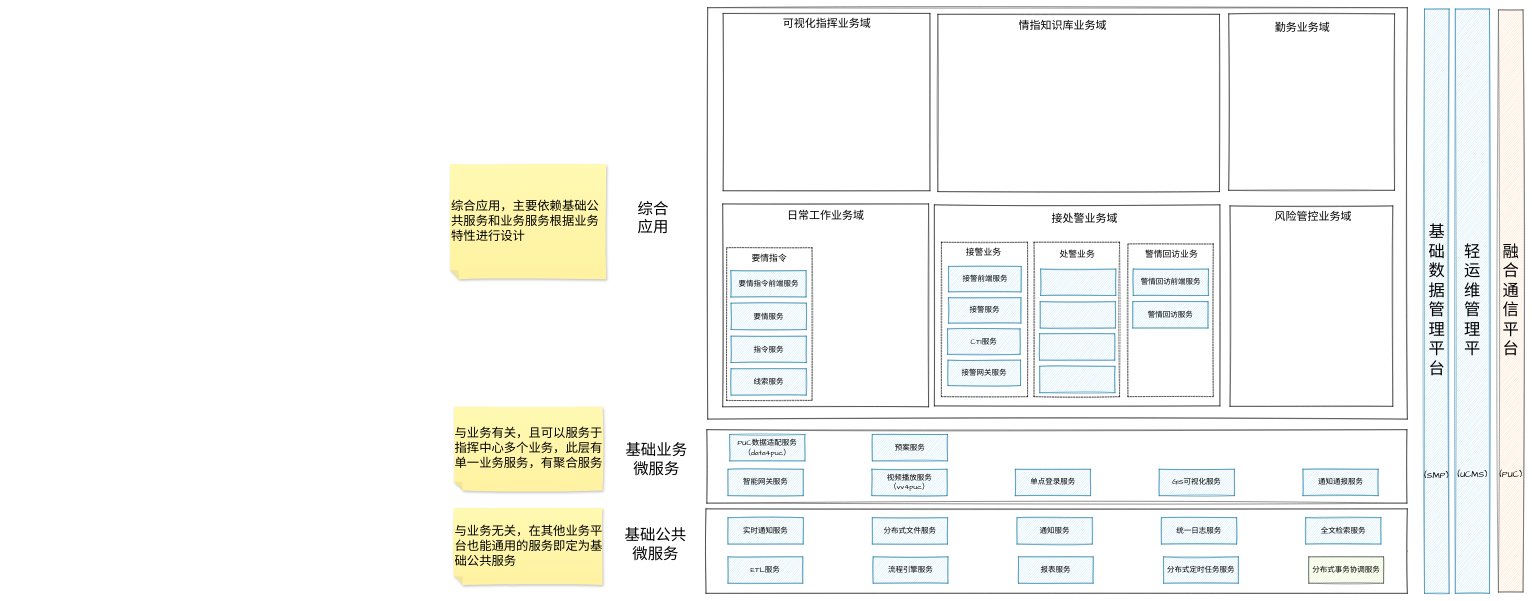
Before: page "服务分层分域结构图" (2 of 2) of 基于云平台的微服务架构.drawio in chensiyu123456/drawio-files, a draw.io diagram. Source tidied: cells renumbered, new cells numbered last; positions are measured from the earlier drawing's top-left corner, leaving out a move shared by most shapes. Both pictures are drawn from the tidied source at 44%, with x=0, y=0 at pixel (450, 7).
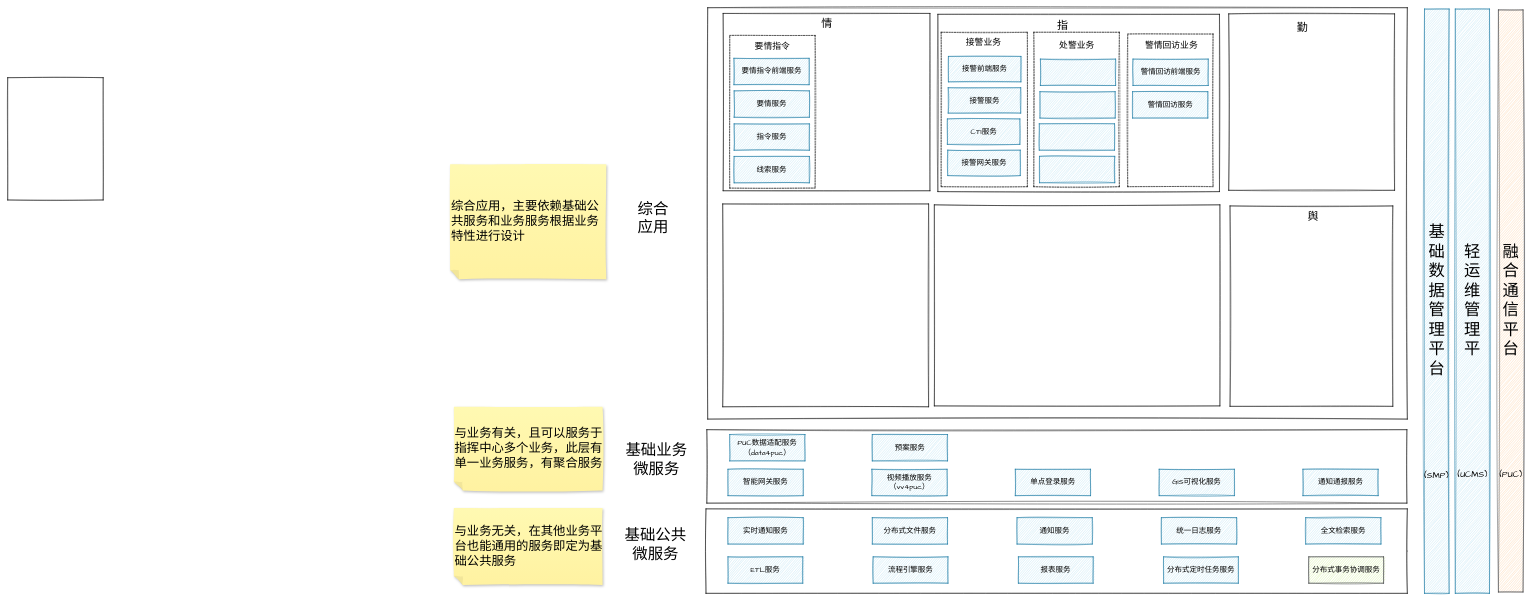
Above is the later version.

Commit message:
更新基于云平台的微服务架构.drawio

What changed in the source:
```diff
@@
+    <mxCell id="67" style="rounded=0;whiteSpace=wrap;html=1;sketch=1;hachureGap=4;fontFamily=Architects Daughter;fontSize=20;fontColor=#000000;" parent="1" vertex="1">
+      <mxGeometry x="1108" y="15" width="640" height="403" as="geometry" />
+    </mxCell>
+    <mxCell id="65" style="rounded=0;whiteSpace=wrap;html=1;sketch=1;hachureGap=4;fontFamily=Architects Daughter;fontSize=20;fontColor=#000000;" parent="1" vertex="1">
+      <mxGeometry x="620" y="13" width="470" height="403" as="geometry" />
+    </mxCell>
@@
     <mxCell id="38" style="rounded=0;whiteSpace=wrap;html=1;sketch=1;hachureGap=4;fontFamily=Architects Daughter;fontSize=20;fontColor=#000000;dashed=1;" parent="1" vertex="1">
-      <mxGeometry x="628" y="545.5" width="194" height="347" as="geometry" />
+      <mxGeometry x="635" y="63" width="194" height="347" as="geometry" />
     </mxCell>
     <mxCell id="39" value="要情服务" style="rounded=0;whiteSpace=wrap;html=1;sketch=1;hachureGap=4;fontFamily=Architects Daughter;fontSize=17;fillColor=#b1ddf0;strokeColor=#10739e;" parent="1" vertex="1">
-      <mxGeometry x="638" y="671.5" width="171" height="60" as="geometry" />
+      <mxGeometry x="645" y="189" width="171" height="60" as="geometry" />
     </mxCell>
     <mxCell id="40" value="指令服务" style="rounded=0;whiteSpace=wrap;html=1;sketch=1;hachureGap=4;fontFamily=Architects Daughter;fontSize=17;fillColor=#b1ddf0;strokeColor=#10739e;" parent="1" vertex="1">
-      <mxGeometry x="638" y="746.5" width="171" height="60" as="geometry" />
+      <mxGeometry x="645" y="264" width="171" height="60" as="geometry" />
     </mxCell>
     <mxCell id="41" value="线索服务" style="rounded=0;whiteSpace=wrap;html=1;sketch=1;hachureGap=4;fontFamily=Architects Daughter;fontSize=17;fillColor=#b1ddf0;strokeColor=#10739e;" parent="1" vertex="1">
-      <mxGeometry x="638" y="820.5" width="171" height="60" as="geometry" />
+      <mxGeometry x="645" y="338" width="171" height="60" as="geometry" />
     </mxCell>
     <mxCell id="42" value="要情指令前端服务" style="rounded=0;whiteSpace=wrap;html=1;sketch=1;hachureGap=4;fontFamily=Architects Daughter;fontSize=17;fillColor=#b1ddf0;strokeColor=#10739e;" parent="1" vertex="1">
-      <mxGeometry x="637.5" y="597.5" width="171" height="60" as="geometry" />
+      <mxGeometry x="644.5" y="115" width="171" height="60" as="geometry" />
     </mxCell>
     <mxCell id="43" value="要情指令" style="text;strokeColor=none;fillColor=none;html=1;align=center;verticalAlign=middle;whiteSpace=wrap;rounded=0;sketch=1;hachureGap=4;fontFamily=Architects Daughter;fontSize=20;fontColor=#000000;" parent="1" vertex="1">
-      <mxGeometry x="644" y="560.5" width="162" height="18" as="geometry" />
+      <mxGeometry x="651" y="78" width="162" height="18" as="geometry" />
     </mxCell>
-    <mxCell id="44" value="日常工作业务域" style="text;strokeColor=none;fillColor=none;html=1;align=center;verticalAlign=middle;whiteSpace=wrap;rounded=0;sketch=1;hachureGap=4;fontFamily=Architects Daughter;fontSize=25;fontColor=#000000;" parent="1" vertex="1">
-      <mxGeometry x="745" y="463" width="216" height="18" as="geometry" />
-    </mxCell>
@@
     <mxCell id="46" style="rounded=0;whiteSpace=wrap;html=1;sketch=1;hachureGap=4;fontFamily=Architects Daughter;fontSize=20;fontColor=#000000;dashed=1;" parent="1" vertex="1">
-      <mxGeometry x="1326.5" y="533" width="194.5" height="351" as="geometry" />
+      <mxGeometry x="1326" y="55.8" width="194.5" height="351" as="geometry" />
     </mxCell>
     <mxCell id="47" style="rounded=0;whiteSpace=wrap;html=1;sketch=1;hachureGap=4;fontFamily=Architects Daughter;fontSize=17;fillColor=#b1ddf0;strokeColor=#10739e;" parent="1" vertex="1">
-      <mxGeometry x="1339" y="741" width="171" height="60" as="geometry" />
+      <mxGeometry x="1338.5" y="263.8" width="171" height="60" as="geometry" />
     </mxCell>
     <mxCell id="48" style="rounded=0;whiteSpace=wrap;html=1;sketch=1;hachureGap=4;fontFamily=Architects Daughter;fontSize=17;fillColor=#b1ddf0;strokeColor=#10739e;" parent="1" vertex="1">
-      <mxGeometry x="1339.5" y="815" width="171" height="60" as="geometry" />
+      <mxGeometry x="1339" y="337.8" width="171" height="60" as="geometry" />
     </mxCell>
     <mxCell id="49" style="rounded=0;whiteSpace=wrap;html=1;sketch=1;hachureGap=4;fontFamily=Architects Daughter;fontSize=17;fillColor=#b1ddf0;strokeColor=#10739e;" parent="1" vertex="1">
-      <mxGeometry x="1340.5" y="668" width="171" height="60" as="geometry" />
+      <mxGeometry x="1340" y="190.8" width="171" height="60" as="geometry" />
     </mxCell>
     <mxCell id="50" value="处警业务" style="text;strokeColor=none;fillColor=none;html=1;align=center;verticalAlign=middle;whiteSpace=wrap;rounded=0;sketch=1;hachureGap=4;fontFamily=Architects Daughter;fontSize=20;fontColor=#000000;" parent="1" vertex="1">
-      <mxGeometry x="1343.5" y="552" width="162" height="18" as="geometry" />
+      <mxGeometry x="1343" y="74.8" width="162" height="18" as="geometry" />
     </mxCell>
     <mxCell id="51" style="rounded=0;whiteSpace=wrap;html=1;sketch=1;hachureGap=4;fontFamily=Architects Daughter;fontSize=17;fillColor=#b1ddf0;strokeColor=#10739e;" parent="1" vertex="1">
-      <mxGeometry x="1341.5" y="594" width="171" height="60" as="geometry" />
+      <mxGeometry x="1341" y="116.8" width="171" height="60" as="geometry" />
     </mxCell>
     <mxCell id="52" style="rounded=0;whiteSpace=wrap;html=1;sketch=1;hachureGap=4;fontFamily=Architects Daughter;fontSize=20;fontColor=#000000;dashed=1;" parent="1" vertex="1">
-      <mxGeometry x="1540" y="537" width="194" height="347" as="geometry" />
+      <mxGeometry x="1539.5" y="59.8" width="194" height="347" as="geometry" />
     </mxCell>
     <mxCell id="53" value="警情回访服务" style="rounded=0;whiteSpace=wrap;html=1;sketch=1;hachureGap=4;fontFamily=Architects Daughter;fontSize=17;fillColor=#b1ddf0;strokeColor=#10739e;" parent="1" vertex="1">
-      <mxGeometry x="1551" y="668" width="171" height="60" as="geometry" />
+      <mxGeometry x="1550.5" y="190.8" width="171" height="60" as="geometry" />
     </mxCell>
     <mxCell id="54" value="警情回访前端服务" style="rounded=0;whiteSpace=wrap;html=1;sketch=1;hachureGap=4;fontFamily=Architects Daughter;fontSize=17;fillColor=#b1ddf0;strokeColor=#10739e;" parent="1" vertex="1">
-      <mxGeometry x="1552" y="594" width="171" height="60" as="geometry" />
+      <mxGeometry x="1551.5" y="116.8" width="171" height="60" as="geometry" />
     </mxCell>
     <mxCell id="55" value="警情回访业务" style="text;strokeColor=none;fillColor=none;html=1;align=center;verticalAlign=middle;whiteSpace=wrap;rounded=0;sketch=1;hachureGap=4;fontFamily=Architects Daughter;fontSize=20;fontColor=#000000;" parent="1" vertex="1">
-      <mxGeometry x="1558" y="552" width="162" height="18" as="geometry" />
+      <mxGeometry x="1557.5" y="74.8" width="162" height="18" as="geometry" />
     </mxCell>
     <mxCell id="56" style="rounded=0;whiteSpace=wrap;html=1;sketch=1;hachureGap=4;fontFamily=Architects Daughter;fontSize=20;fontColor=#000000;dashed=1;" parent="1" vertex="1">
-      <mxGeometry x="1116" y="533" width="195.9" height="351" as="geometry" />
+      <mxGeometry x="1115.5" y="55.8" width="195.9" height="351" as="geometry" />
     </mxCell>
     <mxCell id="57" value="CTI服务" style="rounded=0;whiteSpace=wrap;html=1;sketch=1;hachureGap=4;fontFamily=Architects Daughter;fontSize=17;fillColor=#b1ddf0;strokeColor=#10739e;" parent="1" vertex="1">
-      <mxGeometry x="1130.1" y="730" width="164.8" height="57.8" as="geometry" />
+      <mxGeometry x="1129.6" y="252.8" width="164.8" height="57.8" as="geometry" />
     </mxCell>
     <mxCell id="58" value="接警网关服务" style="rounded=0;whiteSpace=wrap;html=1;sketch=1;hachureGap=4;fontFamily=Architects Daughter;fontSize=17;fillColor=#b1ddf0;strokeColor=#10739e;" parent="1" vertex="1">
-      <mxGeometry x="1131" y="801" width="164.8" height="57.8" as="geometry" />
+      <mxGeometry x="1130.5" y="323.8" width="164.8" height="57.8" as="geometry" />
     </mxCell>
     <mxCell id="59" value="接警服务" style="rounded=0;whiteSpace=wrap;html=1;sketch=1;hachureGap=4;fontFamily=Architects Daughter;fontSize=17;fillColor=#b1ddf0;strokeColor=#10739e;" parent="1" vertex="1">
-      <mxGeometry x="1132" y="659" width="164.8" height="57.8" as="geometry" />
+      <mxGeometry x="1131.5" y="181.8" width="164.8" height="57.8" as="geometry" />
     </mxCell>
     <mxCell id="60" value="接警业务" style="text;strokeColor=none;fillColor=none;html=1;align=center;verticalAlign=middle;whiteSpace=wrap;rounded=0;sketch=1;hachureGap=4;fontFamily=Architects Daughter;fontSize=20;fontColor=#000000;" parent="1" vertex="1">
-      <mxGeometry x="1134.4" y="547.5" width="156.1" height="17.4" as="geometry" />
+      <mxGeometry x="1133.9" y="70.2" width="156.1" height="17.4" as="geometry" />
     </mxCell>
     <mxCell id="61" value="接警前端服务" style="rounded=0;whiteSpace=wrap;html=1;sketch=1;hachureGap=4;fontFamily=Architects Daughter;fontSize=17;fillColor=#b1ddf0;strokeColor=#10739e;" parent="1" vertex="1">
-      <mxGeometry x="1132.5" y="588" width="164.8" height="57.8" as="geometry" />
+      <mxGeometry x="1132" y="110.7" width="164.8" height="57.8" as="geometry" />
     </mxCell>
-    <mxCell id="62" value="接处警业务域" style="text;html=1;align=center;verticalAlign=middle;strokeColor=none;fillColor=none;sketch=1;hachureGap=4;fontFamily=Architects Daughter;fontSize=25;" parent="1" vertex="1">
-      <mxGeometry x="1360.5" y="463" width="160" height="34" as="geometry" />
-    </mxCell>
@@
-    <mxCell id="64" value="风险管控业务域" style="text;strokeColor=none;fillColor=none;html=1;align=center;verticalAlign=middle;whiteSpace=wrap;rounded=0;sketch=1;hachureGap=4;fontFamily=Architects Daughter;fontSize=25;fontColor=#000000;" parent="1" vertex="1">
+    <mxCell id="64" value="舆" style="text;strokeColor=none;fillColor=none;html=1;align=center;verticalAlign=middle;whiteSpace=wrap;rounded=0;sketch=1;hachureGap=4;fontFamily=Architects Daughter;fontSize=25;fontColor=#000000;" parent="1" vertex="1">
       <mxGeometry x="1850" y="466" width="222" height="18" as="geometry" />
     </mxCell>
-    <mxCell id="65" style="rounded=0;whiteSpace=wrap;html=1;sketch=1;hachureGap=4;fontFamily=Architects Daughter;fontSize=20;fontColor=#000000;" parent="1" vertex="1">
-      <mxGeometry x="620" y="13" width="470" height="403" as="geometry" />
-    </mxCell>
-    <mxCell id="66" value="可视化指挥业务域" style="text;strokeColor=none;fillColor=none;html=1;align=center;verticalAlign=middle;whiteSpace=wrap;rounded=0;sketch=1;hachureGap=4;fontFamily=Architects Daughter;fontSize=25;fontColor=#000000;" parent="1" vertex="1">
+    <mxCell id="66" value="情" style="text;strokeColor=none;fillColor=none;html=1;align=center;verticalAlign=middle;whiteSpace=wrap;rounded=0;sketch=1;hachureGap=4;fontFamily=Architects Daughter;fontSize=25;fontColor=#000000;" parent="1" vertex="1">
       <mxGeometry x="740" y="28" width="232" height="18" as="geometry" />
     </mxCell>
-    <mxCell id="67" style="rounded=0;whiteSpace=wrap;html=1;sketch=1;hachureGap=4;fontFamily=Architects Daughter;fontSize=20;fontColor=#000000;" parent="1" vertex="1">
-      <mxGeometry x="1108" y="15" width="640" height="403" as="geometry" />
-    </mxCell>
-    <mxCell id="68" value="情指知识库业务域" style="text;strokeColor=none;fillColor=none;html=1;align=center;verticalAlign=middle;whiteSpace=wrap;rounded=0;sketch=1;hachureGap=4;fontFamily=Architects Daughter;fontSize=25;fontColor=#000000;" parent="1" vertex="1">
+    <mxCell id="68" value="指" style="text;strokeColor=none;fillColor=none;html=1;align=center;verticalAlign=middle;whiteSpace=wrap;rounded=0;sketch=1;hachureGap=4;fontFamily=Architects Daughter;fontSize=25;fontColor=#000000;" parent="1" vertex="1">
       <mxGeometry x="1276" y="32" width="232" height="18" as="geometry" />
     </mxCell>
@@
-    <mxCell id="70" value="勤务业务域" style="text;strokeColor=none;fillColor=none;html=1;align=center;verticalAlign=middle;whiteSpace=wrap;rounded=0;sketch=1;hachureGap=4;fontFamily=Architects Daughter;fontSize=25;fontColor=#000000;" parent="1" vertex="1">
+    <mxCell id="70" value="勤" style="text;strokeColor=none;fillColor=none;html=1;align=center;verticalAlign=middle;whiteSpace=wrap;rounded=0;sketch=1;hachureGap=4;fontFamily=Architects Daughter;fontSize=25;fontColor=#000000;" parent="1" vertex="1">
       <mxGeometry x="1763.3" y="35.2" width="347.4" height="20.6" as="geometry" />
     </mxCell>
+    <mxCell id="71" style="rounded=0;whiteSpace=wrap;html=1;sketch=1;hachureGap=4;fontFamily=Architects Daughter;fontSize=20;" parent="1" vertex="1">
+      <mxGeometry x="-1006" y="159" width="217" height="278" as="geometry" />
+    </mxCell>
```
